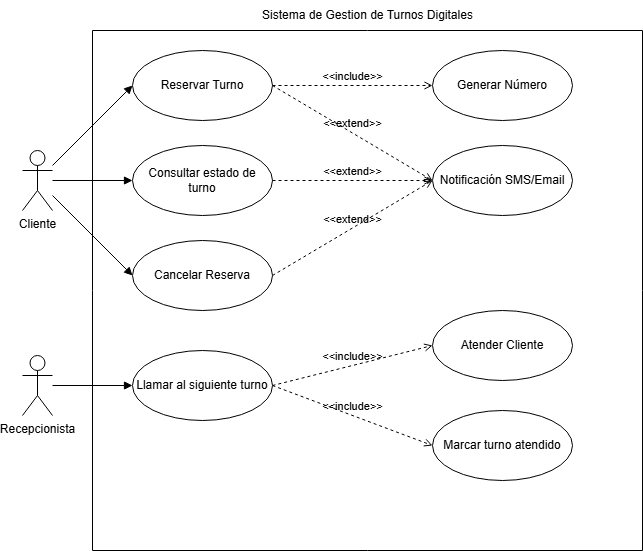
The draw.io diagram imagenes/GestionDeTurnosDigitales.drawio.png in 0bamium/Sistema_de_Gesti-n_de_Turnos_Digitales-, before a commit. Source tidied: cells renumbered, new cells last; positions are measured from the earlier drawing's top-left corner, leaving out a move shared by most shapes. Its diagram source:
```xml
<mxGraphModel>
  <root>
    <mxCell id="0" />
    <mxCell id="1" parent="0" />
    <mxCell id="2" value="Cliente" style="shape=umlActor;verticalLabelPosition=bottom;verticalAlign=top;html=1;outlineConnect=0;" parent="1" vertex="1">
      <mxGeometry y="150" width="30" height="60" as="geometry" />
    </mxCell>
    <mxCell id="3" style="swimlane;startSize=0;" parent="1" vertex="1">
      <mxGeometry x="70" y="30" width="550" height="520" as="geometry" />
    </mxCell>
    <mxCell id="4" value="Consultar estado de turno" style="ellipse;whiteSpace=wrap;html=1;" parent="3" vertex="1">
      <mxGeometry x="40" y="115" width="140" height="70" as="geometry" />
    </mxCell>
    <mxCell id="5" value="Cancelar Reserva" style="ellipse;whiteSpace=wrap;html=1;" parent="3" vertex="1">
      <mxGeometry x="40" y="210" width="140" height="70" as="geometry" />
    </mxCell>
    <mxCell id="6" value="Generar Número" style="ellipse;whiteSpace=wrap;html=1;" parent="3" vertex="1">
      <mxGeometry x="340" y="20" width="140" height="70" as="geometry" />
    </mxCell>
    <mxCell id="7" value="Reservar Turno" style="ellipse;whiteSpace=wrap;html=1;" parent="3" vertex="1">
      <mxGeometry x="40" y="20" width="140" height="70" as="geometry" />
    </mxCell>
    <mxCell id="8" value="&amp;lt;&amp;lt;include&amp;gt;&amp;gt;" style="html=1;verticalAlign=bottom;labelBackgroundColor=none;endArrow=open;endFill=0;dashed=1;rounded=0;entryX=0;entryY=0.5;entryDx=0;entryDy=0;exitX=1;exitY=0.5;exitDx=0;exitDy=0;" parent="3" edge="1" source="7" target="6">
      <mxGeometry relative="1" as="geometry" />
    </mxCell>
    <mxCell id="9" value="Notificación SMS/Email" style="ellipse;whiteSpace=wrap;html=1;" parent="3" vertex="1">
      <mxGeometry x="340" y="115" width="140" height="70" as="geometry" />
    </mxCell>
    <mxCell id="10" value="&amp;lt;&amp;lt;extend&amp;gt;&amp;gt;" style="html=1;verticalAlign=bottom;labelBackgroundColor=none;endArrow=open;endFill=0;dashed=1;rounded=0;entryX=0;entryY=0.5;entryDx=0;entryDy=0;exitX=1;exitY=0.5;exitDx=0;exitDy=0;" parent="3" edge="1" source="7" target="9">
      <mxGeometry relative="1" as="geometry" />
    </mxCell>
    <mxCell id="11" value="&amp;lt;&amp;lt;extend&amp;gt;&amp;gt;" style="html=1;verticalAlign=bottom;labelBackgroundColor=none;endArrow=open;endFill=0;dashed=1;rounded=0;entryX=0;entryY=0.5;entryDx=0;entryDy=0;exitX=1;exitY=0.5;exitDx=0;exitDy=0;" parent="3" edge="1" source="5" target="9">
      <mxGeometry relative="1" as="geometry" />
    </mxCell>
    <mxCell id="12" value="&amp;lt;&amp;lt;include&amp;gt;&amp;gt;" style="html=1;verticalAlign=bottom;labelBackgroundColor=none;endArrow=open;endFill=0;dashed=1;rounded=0;entryX=0;entryY=0.5;entryDx=0;entryDy=0;exitX=1;exitY=0.5;exitDx=0;exitDy=0;" parent="3" edge="1" source="16" target="17">
      <mxGeometry relative="1" as="geometry" />
    </mxCell>
    <mxCell id="13" value="&amp;lt;&amp;lt;include&amp;gt;&amp;gt;" style="html=1;verticalAlign=bottom;labelBackgroundColor=none;endArrow=open;endFill=0;dashed=1;rounded=0;entryX=0;entryY=0.5;entryDx=0;entryDy=0;exitX=1;exitY=0.5;exitDx=0;exitDy=0;" parent="3" edge="1" source="16" target="18">
      <mxGeometry relative="1" as="geometry" />
    </mxCell>
    <mxCell id="14" value="Recepcionista" style="shape=umlActor;verticalLabelPosition=bottom;verticalAlign=top;html=1;outlineConnect=0;" parent="3" vertex="1">
      <mxGeometry x="-70" y="325" width="30" height="60" as="geometry" />
    </mxCell>
    <mxCell id="15" style="html=1;verticalAlign=bottom;labelBackgroundColor=none;endArrow=block;endFill=1;rounded=0;entryX=0;entryY=0.5;entryDx=0;entryDy=0;" parent="3" edge="1" source="14" target="16">
      <mxGeometry relative="1" as="geometry" />
    </mxCell>
    <mxCell id="16" value="Llamar al siguiente turno" style="ellipse;whiteSpace=wrap;html=1;" parent="3" vertex="1">
      <mxGeometry x="40" y="320" width="140" height="70" as="geometry" />
    </mxCell>
    <mxCell id="17" value="Atender Cliente" style="ellipse;whiteSpace=wrap;html=1;" parent="3" vertex="1">
      <mxGeometry x="340" y="280" width="140" height="70" as="geometry" />
    </mxCell>
    <mxCell id="18" value="Marcar turno atendido" style="ellipse;whiteSpace=wrap;html=1;" parent="3" vertex="1">
      <mxGeometry x="340" y="380" width="140" height="70" as="geometry" />
    </mxCell>
    <mxCell id="19" value="&amp;lt;&amp;lt;extend&amp;gt;&amp;gt;" style="html=1;verticalAlign=bottom;labelBackgroundColor=none;endArrow=open;endFill=0;dashed=1;rounded=0;entryX=0;entryY=0.5;entryDx=0;entryDy=0;exitX=1;exitY=0.5;exitDx=0;exitDy=0;" parent="3" edge="1" source="4" target="9">
      <mxGeometry relative="1" as="geometry" />
    </mxCell>
    <mxCell id="20" style="html=1;verticalAlign=bottom;labelBackgroundColor=none;endArrow=block;endFill=1;rounded=0;entryX=0;entryY=0.5;entryDx=0;entryDy=0;" parent="1" edge="1" source="2" target="5">
      <mxGeometry relative="1" as="geometry" />
    </mxCell>
    <mxCell id="21" style="html=1;verticalAlign=bottom;labelBackgroundColor=none;endArrow=block;endFill=1;rounded=0;entryX=0;entryY=0.5;entryDx=0;entryDy=0;" parent="1" edge="1" source="2" target="4">
      <mxGeometry relative="1" as="geometry" />
    </mxCell>
    <mxCell id="22" style="html=1;verticalAlign=bottom;labelBackgroundColor=none;endArrow=block;endFill=1;rounded=0;entryX=0;entryY=0.5;entryDx=0;entryDy=0;" parent="1" edge="1" source="2" target="7">
      <mxGeometry relative="1" as="geometry" />
    </mxCell>
    <mxCell id="23" value="Sistema de Gestion de Turnos Digitales" style="text;html=1;align=center;verticalAlign=middle;strokeColor=none;fillColor=none;" parent="1" vertex="1">
      <mxGeometry x="230" width="230" height="30" as="geometry" />
    </mxCell>
  </root>
</mxGraphModel>
```
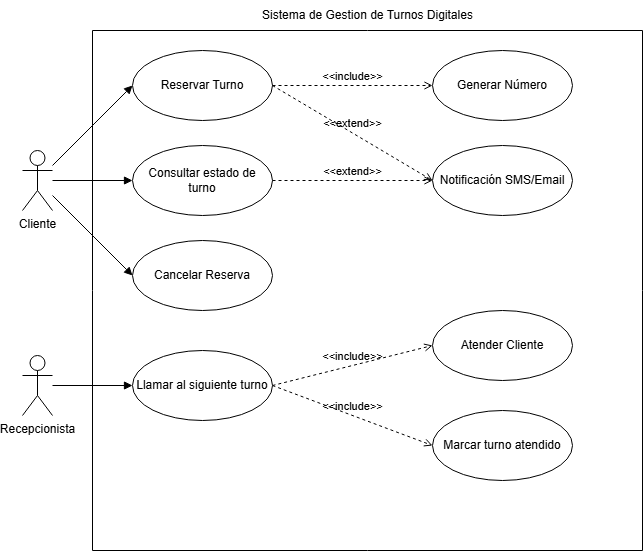
The same diagram one commit later.

Diff of the diagram source:
```diff
@@ -29,9 +29,6 @@
     <mxCell id="10" value="&amp;lt;&amp;lt;extend&amp;gt;&amp;gt;" style="html=1;verticalAlign=bottom;labelBackgroundColor=none;endArrow=open;endFill=0;dashed=1;rounded=0;entryX=0;entryY=0.5;entryDx=0;entryDy=0;exitX=1;exitY=0.5;exitDx=0;exitDy=0;" parent="3" edge="1" source="7" target="9">
       <mxGeometry relative="1" as="geometry" />
     </mxCell>
-    <mxCell id="11" value="&amp;lt;&amp;lt;extend&amp;gt;&amp;gt;" style="html=1;verticalAlign=bottom;labelBackgroundColor=none;endArrow=open;endFill=0;dashed=1;rounded=0;entryX=0;entryY=0.5;entryDx=0;entryDy=0;exitX=1;exitY=0.5;exitDx=0;exitDy=0;" parent="3" edge="1" source="5" target="9">
-      <mxGeometry relative="1" as="geometry" />
-    </mxCell>
     <mxCell id="12" value="&amp;lt;&amp;lt;include&amp;gt;&amp;gt;" style="html=1;verticalAlign=bottom;labelBackgroundColor=none;endArrow=open;endFill=0;dashed=1;rounded=0;entryX=0;entryY=0.5;entryDx=0;entryDy=0;exitX=1;exitY=0.5;exitDx=0;exitDy=0;" parent="3" edge="1" source="16" target="17">
       <mxGeometry relative="1" as="geometry" />
     </mxCell>
```
